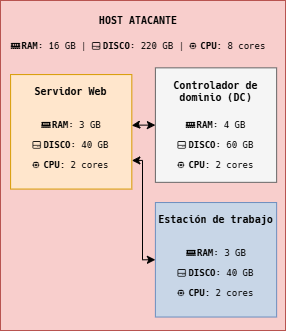
The draw.io diagram Imagenes/implementacion-VM-en-el-host-atacante.png in AmasterJT/memoria-tfm, before a commit. Source tidied: cells renumbered, new cells last; positions are measured from the earlier drawing's top-left corner, leaving out a move shared by most shapes.
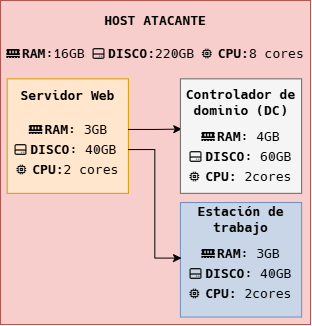
The same diagram one commit later.

Diff of the diagram source:
```diff
@@ -2,70 +2,73 @@
   <root>
     <mxCell id="0" />
     <mxCell id="1" parent="0" />
-    <mxCell id="2" style="rounded=0;whiteSpace=wrap;html=1;fillColor=#f8cecc;strokeColor=#b85450;fontFamily=Hack Nerd Font;fontSize=10;" parent="1" vertex="1">
-      <mxGeometry width="285" height="330" as="geometry" />
+    <mxCell id="2" style="rounded=0;whiteSpace=wrap;html=1;fillColor=#f8cecc;strokeColor=#b85450;fontFamily=Hack Nerd Font;fontSize=13;" parent="1" vertex="1">
+      <mxGeometry x="-25" width="310" height="324" as="geometry" />
     </mxCell>
-    <mxCell id="3" value="&lt;b&gt;&lt;font&gt;HOST ATACANTE&lt;/font&gt;&lt;/b&gt;" style="text;html=1;whiteSpace=wrap;strokeColor=none;fillColor=none;align=center;verticalAlign=middle;rounded=0;fontFamily=Hack Nerd Font;fontSize=10;" parent="1" vertex="1">
-      <mxGeometry y="2.7" width="276.1" height="33.7" as="geometry" />
+    <mxCell id="3" value="&lt;b&gt;&lt;font&gt;HOST ATACANTE&lt;/font&gt;&lt;/b&gt;" style="text;html=1;whiteSpace=wrap;strokeColor=none;fillColor=none;align=center;verticalAlign=middle;rounded=0;fontFamily=Hack Nerd Font;fontSize=13;" parent="1" vertex="1">
+      <mxGeometry x="-25" y="2.7" width="310" height="33.7" as="geometry" />
     </mxCell>
-    <mxCell id="4" style="rounded=0;whiteSpace=wrap;html=1;fillColor=#C8D6E7;strokeColor=#6c8ebf;fontFamily=Hack Nerd Font;fontSize=10;" parent="1" vertex="1">
+    <mxCell id="4" style="rounded=0;whiteSpace=wrap;html=1;fillColor=#C8D6E7;strokeColor=#6c8ebf;fontFamily=Hack Nerd Font;fontSize=13;" parent="1" vertex="1">
       <mxGeometry x="154.9" y="202" width="121.2" height="114.5" as="geometry" />
     </mxCell>
-    <mxCell id="5" style="edgeStyle=orthogonalEdgeStyle;rounded=0;jettySize=auto;html=1;exitX=1;exitY=0.75;exitDx=0;exitDy=0;entryX=0;entryY=0.5;entryDx=0;entryDy=0;startArrow=classic;startFill=1;fontFamily=Hack Nerd Font;fontSize=10;" parent="1" edge="1" source="6" target="4">
-      <mxGeometry relative="1" as="geometry">
-        <Array as="points">
-          <mxPoint x="142" y="160" />
-          <mxPoint x="142" y="259" />
-        </Array>
-      </mxGeometry>
+    <mxCell id="5" value="&lt;b&gt;&amp;nbsp;&lt;/b&gt;&lt;b&gt;RAM&lt;/b&gt;: 3GB" style="text;html=1;whiteSpace=wrap;strokeColor=none;fillColor=none;align=center;verticalAlign=middle;rounded=0;fontSize=13;fontFamily=Hack Nerd Font;" parent="1" vertex="1">
+      <mxGeometry x="156" y="242.4" width="119" height="20.2" as="geometry" />
     </mxCell>
-    <mxCell id="6" style="rounded=0;whiteSpace=wrap;html=1;fillColor=#ffe6cc;strokeColor=#d79b00;fontFamily=Hack Nerd Font;fontSize=10;" parent="1" vertex="1">
-      <mxGeometry x="10.1" y="74.1" width="121.2" height="114.5" as="geometry" />
+    <mxCell id="6" value="&lt;b&gt;&amp;nbsp;&lt;/b&gt;&lt;b&gt;DISCO&lt;/b&gt;: 40GB" style="text;html=1;whiteSpace=wrap;strokeColor=none;fillColor=none;align=center;verticalAlign=middle;rounded=0;fontSize=13;fontFamily=Hack Nerd Font;" parent="1" vertex="1">
+      <mxGeometry x="155" y="262.6" width="121" height="20.2" as="geometry" />
     </mxCell>
-    <mxCell id="7" style="rounded=0;whiteSpace=wrap;html=1;fillColor=#f5f5f5;fontColor=#333333;strokeColor=#666666;fontFamily=Hack Nerd Font;fontSize=10;" parent="1" vertex="1">
-      <mxGeometry x="154.9" y="67.4" width="121.2" height="114.5" as="geometry" />
+    <mxCell id="7" value="&lt;b&gt;&lt;font&gt;󰍛&amp;nbsp;&lt;/font&gt;&lt;/b&gt;&lt;b&gt;CPU:&lt;/b&gt;&amp;nbsp;2cores" style="text;html=1;whiteSpace=wrap;strokeColor=none;fillColor=none;align=center;verticalAlign=middle;rounded=0;fontSize=13;fontFamily=Hack Nerd Font;" parent="1" vertex="1">
+      <mxGeometry x="156" y="282.9" width="119" height="20.2" as="geometry" />
     </mxCell>
-    <mxCell id="8" value="&lt;b&gt; RAM&lt;/b&gt;: 3 GB" style="text;html=1;whiteSpace=wrap;strokeColor=none;fillColor=none;align=center;verticalAlign=middle;rounded=0;fontSize=9;fontFamily=Hack Nerd Font;" parent="1" vertex="1">
-      <mxGeometry x="33.7" y="114.5" width="74.1" height="20.2" as="geometry" />
+    <mxCell id="8" value="&lt;font&gt;&lt;b&gt;Estación de trabajo&lt;/b&gt;&lt;/font&gt;" style="text;html=1;whiteSpace=wrap;strokeColor=none;fillColor=none;align=center;verticalAlign=middle;rounded=0;fontFamily=Hack Nerd Font;fontSize=13;" parent="1" vertex="1">
+      <mxGeometry x="154.9" y="202" width="121.2" height="33.7" as="geometry" />
     </mxCell>
-    <mxCell id="9" value="&lt;b&gt; DISCO&lt;/b&gt;: 40 GB" style="text;html=1;whiteSpace=wrap;strokeColor=none;fillColor=none;align=center;verticalAlign=middle;rounded=0;fontSize=9;fontFamily=Hack Nerd Font;" parent="1" vertex="1">
-      <mxGeometry x="26.4" y="134.7" width="88.6" height="20.2" as="geometry" />
+    <mxCell id="9" value="&lt;b style=&quot;font-family: &amp;quot;Hack Nerd Font&amp;quot;;&quot;&gt; RAM&lt;/b&gt;&lt;span style=&quot;font-family: &amp;quot;Hack Nerd Font&amp;quot;;&quot;&gt;:16GB&lt;/span&gt;&lt;span&gt;&lt;span style=&quot;color: rgb(0, 0, 0); font-family: &amp;quot;Hack Nerd Font&amp;quot;; font-style: normal; font-variant-ligatures: normal; font-variant-caps: normal; font-weight: 400; letter-spacing: normal; orphans: 2; text-indent: 0px; text-transform: none; widows: 2; word-spacing: 0px; -webkit-text-stroke-width: 0px; white-space: normal; text-decoration-thickness: initial; text-decoration-style: initial; text-decoration-color: initial; float: none; display: inline !important;&quot;&gt;&amp;nbsp;&lt;/span&gt;&lt;b style=&quot;font-family: &amp;quot;Hack Nerd Font&amp;quot;;&quot;&gt;&amp;nbsp;&lt;/b&gt;&lt;b style=&quot;font-family: &amp;quot;Hack Nerd Font&amp;quot;;&quot;&gt;DISCO:&lt;/b&gt;&lt;span style=&quot;font-family: &amp;quot;Hack Nerd Font&amp;quot;;&quot;&gt;220GB&amp;nbsp;&lt;/span&gt;&lt;b style=&quot;font-family: &amp;quot;Hack Nerd Font&amp;quot;;&quot;&gt;&lt;font&gt;󰍛&amp;nbsp;&lt;/font&gt;&lt;/b&gt;&lt;b style=&quot;font-family: &amp;quot;Hack Nerd Font&amp;quot;;&quot;&gt;CPU:&lt;/b&gt;&lt;span style=&quot;font-family: &amp;quot;Hack Nerd Font&amp;quot;;&quot;&gt;8 cores&lt;/span&gt;&lt;/span&gt;" style="text;whiteSpace=wrap;html=1;align=center;fontSize=13;" parent="1" vertex="1">
+      <mxGeometry x="-25" y="38.7" width="310" height="26.9" as="geometry" />
     </mxCell>
-    <mxCell id="10" value="&lt;b&gt;&lt;font&gt;󰍛&amp;nbsp;&lt;/font&gt;CPU:&lt;/b&gt;&amp;nbsp;2 cores" style="text;html=1;whiteSpace=wrap;strokeColor=none;fillColor=none;align=center;verticalAlign=middle;rounded=0;fontSize=9;fontFamily=Hack Nerd Font;" parent="1" vertex="1">
-      <mxGeometry x="30.3" y="154.9" width="80.8" height="20.2" as="geometry" />
+    <mxCell id="10" style="group;" parent="1" vertex="1">
+      <mxGeometry x="-22" y="78.4" width="124.9" height="114.5" as="geometry" />
     </mxCell>
-    <mxCell id="11" value="&lt;b&gt;&amp;nbsp;&lt;/b&gt;&lt;b&gt;RAM&lt;/b&gt;: 4 GB" style="text;html=1;whiteSpace=wrap;strokeColor=none;fillColor=none;align=center;verticalAlign=middle;rounded=0;fontSize=9;fontFamily=Hack Nerd Font;" parent="1" vertex="1">
-      <mxGeometry x="181.8" y="114.5" width="67.3" height="20.2" as="geometry" />
+    <mxCell id="11" style="rounded=0;whiteSpace=wrap;html=1;fillColor=#ffe6cc;strokeColor=#d79b00;fontFamily=Hack Nerd Font;fontSize=13;" parent="10" vertex="1">
+      <mxGeometry x="3.7" width="121.2" height="114.5" as="geometry" />
     </mxCell>
-    <mxCell id="12" value="&lt;b&gt;&amp;nbsp;&lt;/b&gt;&lt;b&gt;DISCO&lt;/b&gt;: 60 GB" style="text;html=1;whiteSpace=wrap;strokeColor=none;fillColor=none;align=center;verticalAlign=middle;rounded=0;fontSize=9;fontFamily=Hack Nerd Font;" parent="1" vertex="1">
-      <mxGeometry x="175.9" y="134.7" width="79.2" height="20.2" as="geometry" />
+    <mxCell id="12" style="edgeStyle=orthogonalEdgeStyle;rounded=0;jettySize=auto;html=1;" parent="10" edge="1" source="13">
+      <mxGeometry relative="1" as="geometry">
+        <mxPoint x="178.3" y="50.2" as="targetPoint" />
+      </mxGeometry>
     </mxCell>
-    <mxCell id="13" value="&lt;b&gt;&lt;font&gt;󰍛&amp;nbsp;&lt;/font&gt;&lt;/b&gt;&lt;b&gt;CPU:&lt;/b&gt;&amp;nbsp;2 cores" style="text;html=1;whiteSpace=wrap;strokeColor=none;fillColor=none;align=center;verticalAlign=middle;rounded=0;fontSize=9;fontFamily=Hack Nerd Font;" parent="1" vertex="1">
-      <mxGeometry x="175.9" y="154.9" width="79.2" height="20.2" as="geometry" />
+    <mxCell id="13" value="&lt;b&gt; RAM&lt;/b&gt;: 3GB" style="text;html=1;whiteSpace=wrap;strokeColor=none;fillColor=none;align=center;verticalAlign=middle;rounded=0;fontSize=13;fontFamily=Hack Nerd Font;" parent="10" vertex="1">
+      <mxGeometry x="4.6" y="40.4" width="120" height="20.2" as="geometry" />
     </mxCell>
-    <mxCell id="14" value="&lt;b&gt;&amp;nbsp;&lt;/b&gt;&lt;b&gt;RAM&lt;/b&gt;: 3 GB" style="text;html=1;whiteSpace=wrap;strokeColor=none;fillColor=none;align=center;verticalAlign=middle;rounded=0;fontSize=9;fontFamily=Hack Nerd Font;" parent="1" vertex="1">
-      <mxGeometry x="183.5" y="242.4" width="64" height="20.2" as="geometry" />
+    <mxCell id="14" value="&lt;b&gt; DISCO&lt;/b&gt;: 40GB" style="text;html=1;whiteSpace=wrap;strokeColor=none;fillColor=none;align=center;verticalAlign=middle;rounded=0;fontSize=13;fontFamily=Hack Nerd Font;" parent="10" vertex="1">
+      <mxGeometry y="60.6" width="124.6" height="20.2" as="geometry" />
     </mxCell>
-    <mxCell id="15" value="&lt;b&gt;&amp;nbsp;&lt;/b&gt;&lt;b&gt;DISCO&lt;/b&gt;: 40 GB" style="text;html=1;whiteSpace=wrap;strokeColor=none;fillColor=none;align=center;verticalAlign=middle;rounded=0;fontSize=9;fontFamily=Hack Nerd Font;" parent="1" vertex="1">
-      <mxGeometry x="175.9" y="262.6" width="79.2" height="20.2" as="geometry" />
+    <mxCell id="15" value="&lt;b&gt;&lt;font&gt;󰍛&amp;nbsp;&lt;/font&gt;CPU:&lt;/b&gt;2 cores" style="text;html=1;whiteSpace=wrap;strokeColor=none;fillColor=none;align=center;verticalAlign=middle;rounded=0;fontSize=13;fontFamily=Hack Nerd Font;" parent="10" vertex="1">
+      <mxGeometry x="3.6" y="80.8" width="121" height="20.2" as="geometry" />
     </mxCell>
-    <mxCell id="16" value="&lt;b&gt;&lt;font&gt;󰍛&amp;nbsp;&lt;/font&gt;&lt;/b&gt;&lt;b&gt;CPU:&lt;/b&gt;&amp;nbsp;2 cores" style="text;html=1;whiteSpace=wrap;strokeColor=none;fillColor=none;align=center;verticalAlign=middle;rounded=0;fontSize=9;fontFamily=Hack Nerd Font;" parent="1" vertex="1">
-      <mxGeometry x="175.9" y="282.9" width="79.2" height="20.2" as="geometry" />
+    <mxCell id="16" value="&lt;font&gt;&lt;b&gt;Servidor Web&lt;/b&gt;&lt;/font&gt;" style="text;html=1;whiteSpace=wrap;strokeColor=none;fillColor=none;align=center;verticalAlign=middle;rounded=0;fontFamily=Hack Nerd Font;fontSize=13;" parent="10" vertex="1">
+      <mxGeometry x="3.7" width="121.2" height="33.7" as="geometry" />
     </mxCell>
-    <mxCell id="17" value="&lt;font&gt;&lt;b&gt;Servidor Web&lt;/b&gt;&lt;/font&gt;" style="text;html=1;whiteSpace=wrap;strokeColor=none;fillColor=none;align=center;verticalAlign=middle;rounded=0;fontFamily=Hack Nerd Font;fontSize=10;" parent="1" vertex="1">
-      <mxGeometry x="10.1" y="74.1" width="121.2" height="33.7" as="geometry" />
+    <mxCell id="17" style="group;" parent="1" vertex="1">
+      <mxGeometry x="154.9" y="78.4" width="121.2" height="114.5" as="geometry" />
     </mxCell>
-    <mxCell id="18" value="&lt;font&gt;&lt;b&gt;Controlador de dominio&amp;nbsp;&lt;/b&gt;&lt;/font&gt;&lt;b style=&quot;background-color: transparent; color: light-dark(rgb(0, 0, 0), rgb(255, 255, 255));&quot;&gt;(DC)&lt;/b&gt;" style="text;html=1;whiteSpace=wrap;strokeColor=none;fillColor=none;align=center;verticalAlign=middle;rounded=0;fontFamily=Hack Nerd Font;fontSize=10;" parent="1" vertex="1">
-      <mxGeometry x="154.9" y="74.1" width="121.2" height="33.7" as="geometry" />
+    <mxCell id="18" style="rounded=0;whiteSpace=wrap;html=1;fillColor=#f5f5f5;fontColor=#333333;strokeColor=#666666;fontFamily=Hack Nerd Font;fontSize=13;" parent="17" vertex="1">
+      <mxGeometry width="121.2" height="114.5" as="geometry" />
     </mxCell>
-    <mxCell id="19" value="&lt;font&gt;&lt;b&gt;Estación de trabajo&lt;/b&gt;&lt;/font&gt;" style="text;html=1;whiteSpace=wrap;strokeColor=none;fillColor=none;align=center;verticalAlign=middle;rounded=0;fontFamily=Hack Nerd Font;fontSize=10;" parent="1" vertex="1">
-      <mxGeometry x="154.9" y="202" width="121.2" height="33.7" as="geometry" />
+    <mxCell id="19" value="&lt;b&gt;&amp;nbsp;&lt;/b&gt;&lt;b&gt;RAM&lt;/b&gt;: 4GB" style="text;html=1;whiteSpace=wrap;strokeColor=none;fillColor=none;align=center;verticalAlign=middle;rounded=0;fontSize=13;fontFamily=Hack Nerd Font;" parent="17" vertex="1">
+      <mxGeometry x="1.1" y="47.1" width="119" height="20.2" as="geometry" />
     </mxCell>
-    <mxCell id="20" value="&lt;b style=&quot;font-family: &amp;quot;Hack Nerd Font&amp;quot;;&quot;&gt; RAM&lt;/b&gt;&lt;span style=&quot;font-family: &amp;quot;Hack Nerd Font&amp;quot;;&quot;&gt;: 16 GB&lt;/span&gt;&lt;span&gt;&lt;span style=&quot;color: rgb(0, 0, 0); font-family: &amp;quot;Hack Nerd Font&amp;quot;; font-style: normal; font-variant-ligatures: normal; font-variant-caps: normal; font-weight: 400; letter-spacing: normal; orphans: 2; text-indent: 0px; text-transform: none; widows: 2; word-spacing: 0px; -webkit-text-stroke-width: 0px; white-space: normal; text-decoration-thickness: initial; text-decoration-style: initial; text-decoration-color: initial; float: none; display: inline !important;&quot;&gt;&amp;nbsp;|&amp;nbsp;&lt;/span&gt;&lt;b style=&quot;font-family: &amp;quot;Hack Nerd Font&amp;quot;;&quot;&gt;&amp;nbsp;&lt;/b&gt;&lt;b style=&quot;font-family: &amp;quot;Hack Nerd Font&amp;quot;;&quot;&gt;DISCO&lt;/b&gt;&lt;span style=&quot;font-family: &amp;quot;Hack Nerd Font&amp;quot;;&quot;&gt;: 220 GB |&amp;nbsp;&lt;/span&gt;&lt;b style=&quot;font-family: &amp;quot;Hack Nerd Font&amp;quot;;&quot;&gt;&lt;font&gt;󰍛&amp;nbsp;&lt;/font&gt;&lt;/b&gt;&lt;b style=&quot;font-family: &amp;quot;Hack Nerd Font&amp;quot;;&quot;&gt;CPU:&lt;/b&gt;&lt;span style=&quot;font-family: &amp;quot;Hack Nerd Font&amp;quot;;&quot;&gt;&amp;nbsp;8 cores&lt;/span&gt;&lt;/span&gt;" style="text;whiteSpace=wrap;html=1;align=center;fontSize=9;" parent="1" vertex="1">
-      <mxGeometry y="33.7" width="276.1" height="26.9" as="geometry" />
+    <mxCell id="20" value="&lt;b&gt;&amp;nbsp;&lt;/b&gt;&lt;b&gt;DISCO&lt;/b&gt;: 60GB" style="text;html=1;whiteSpace=wrap;strokeColor=none;fillColor=none;align=center;verticalAlign=middle;rounded=0;fontSize=13;fontFamily=Hack Nerd Font;" parent="17" vertex="1">
+      <mxGeometry x="0.1" y="67.3" width="121" height="20.2" as="geometry" />
     </mxCell>
-    <mxCell id="21" style="edgeStyle=orthogonalEdgeStyle;rounded=0;jettySize=auto;html=1;entryX=0.999;entryY=0.445;entryDx=0;entryDy=0;entryPerimeter=0;startArrow=classic;startFill=1;" parent="1" edge="1" source="7" target="6">
-      <mxGeometry relative="1" as="geometry" />
+    <mxCell id="21" value="&lt;b&gt;&lt;font&gt;󰍛&amp;nbsp;&lt;/font&gt;&lt;/b&gt;&lt;b&gt;CPU:&lt;/b&gt;&amp;nbsp;2cores" style="text;html=1;whiteSpace=wrap;strokeColor=none;fillColor=none;align=center;verticalAlign=middle;rounded=0;fontSize=13;fontFamily=Hack Nerd Font;" parent="17" vertex="1">
+      <mxGeometry x="1.1" y="87.5" width="119" height="20.2" as="geometry" />
     </mxCell>
+    <mxCell id="22" value="&lt;font&gt;&lt;b&gt;Controlador de dominio&amp;nbsp;&lt;/b&gt;&lt;/font&gt;&lt;b style=&quot;background-color: transparent; color: light-dark(rgb(0, 0, 0), rgb(255, 255, 255));&quot;&gt;(DC)&lt;/b&gt;" style="text;html=1;whiteSpace=wrap;strokeColor=none;fillColor=none;align=center;verticalAlign=middle;rounded=0;fontFamily=Hack Nerd Font;fontSize=13;" parent="17" vertex="1">
+      <mxGeometry y="6.7" width="121.2" height="33.7" as="geometry" />
+    </mxCell>
+    <mxCell id="23" style="edgeStyle=orthogonalEdgeStyle;rounded=0;jettySize=auto;html=1;exitX=1;exitY=0.5;exitDx=0;exitDy=0;entryX=0;entryY=0.75;entryDx=0;entryDy=0;" parent="1" edge="1" source="14" target="5">
+      <mxGeometry relative="1" as="geometry" />
+    </mxCell>
   </root>
 </mxGraphModel>
```
